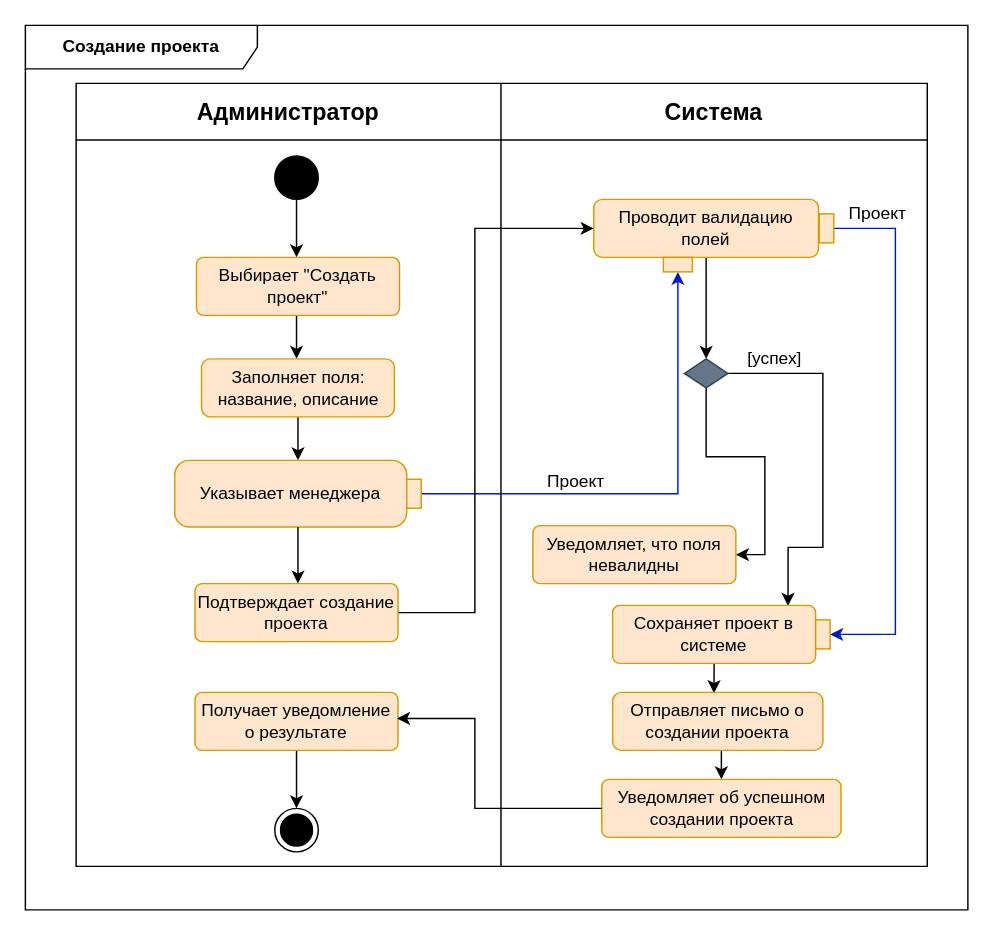
aVorotnikov/thunder_board keeps this draw.io diagram as docs/raw_diagrams/create_project.drawio. Above is the earlier version. Source tidied: cells renumbered, new cells numbered last; positions are measured from the earlier drawing's top-left corner, leaving out a move shared by most shapes. Both pictures are drawn from the tidied source at 145%, with x=0, y=0 at pixel (25, 25).
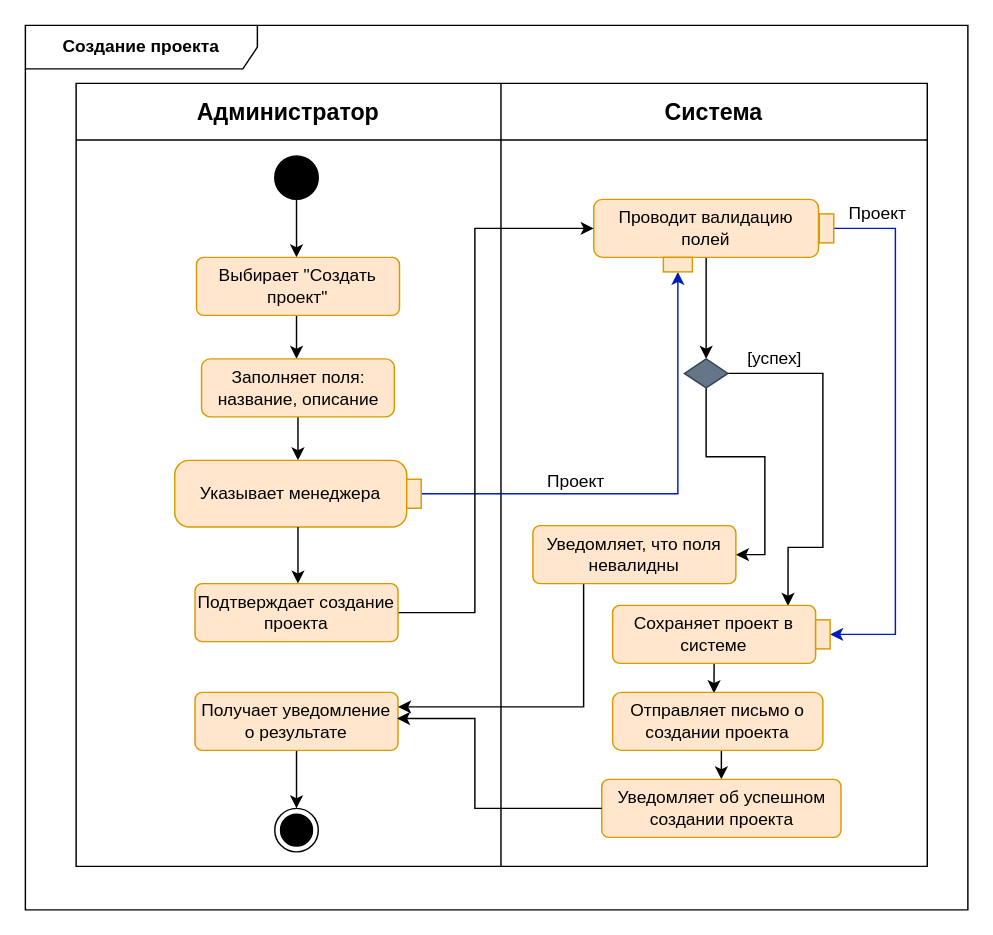
After the change.

Commit message:
Добавил пропущенную стрелку

The change refers to these unchanged cells:
```xml
<mxCell id="2" value="&lt;b&gt;Создание проекта&lt;br&gt;&lt;/b&gt;" style="shape=umlFrame;whiteSpace=wrap;html=1;width=160;" parent="1" vertex="1">
  <mxGeometry width="650" height="610" as="geometry" />
</mxCell>
<mxCell id="36" value="Получает уведомление о результате" style="html=1;align=center;verticalAlign=middle;rounded=1;absoluteArcSize=1;arcSize=10;dashed=0;whiteSpace=wrap;fillColor=#ffe6cc;strokeColor=#d79b00;" parent="2" vertex="1">
  <mxGeometry x="117" y="460" width="140" height="40" as="geometry" />
</mxCell>
<mxCell id="37" value="Уведомляет, что поля невалидны" style="html=1;align=center;verticalAlign=middle;rounded=1;absoluteArcSize=1;arcSize=10;dashed=0;whiteSpace=wrap;fillColor=#ffe6cc;strokeColor=#d79b00;" parent="2" vertex="1">
  <mxGeometry x="350" y="345" width="140" height="40" as="geometry" />
</mxCell>
```

What changed in the source:
```diff
@@
+    <mxCell id="44" style="edgeStyle=orthogonalEdgeStyle;rounded=0;jettySize=auto;html=1;exitX=0.25;exitY=1;exitDx=0;exitDy=0;entryX=1;entryY=0.25;entryDx=0;entryDy=0;" parent="2" edge="1" source="37" target="36">
+      <mxGeometry relative="1" as="geometry" />
+    </mxCell>
```
